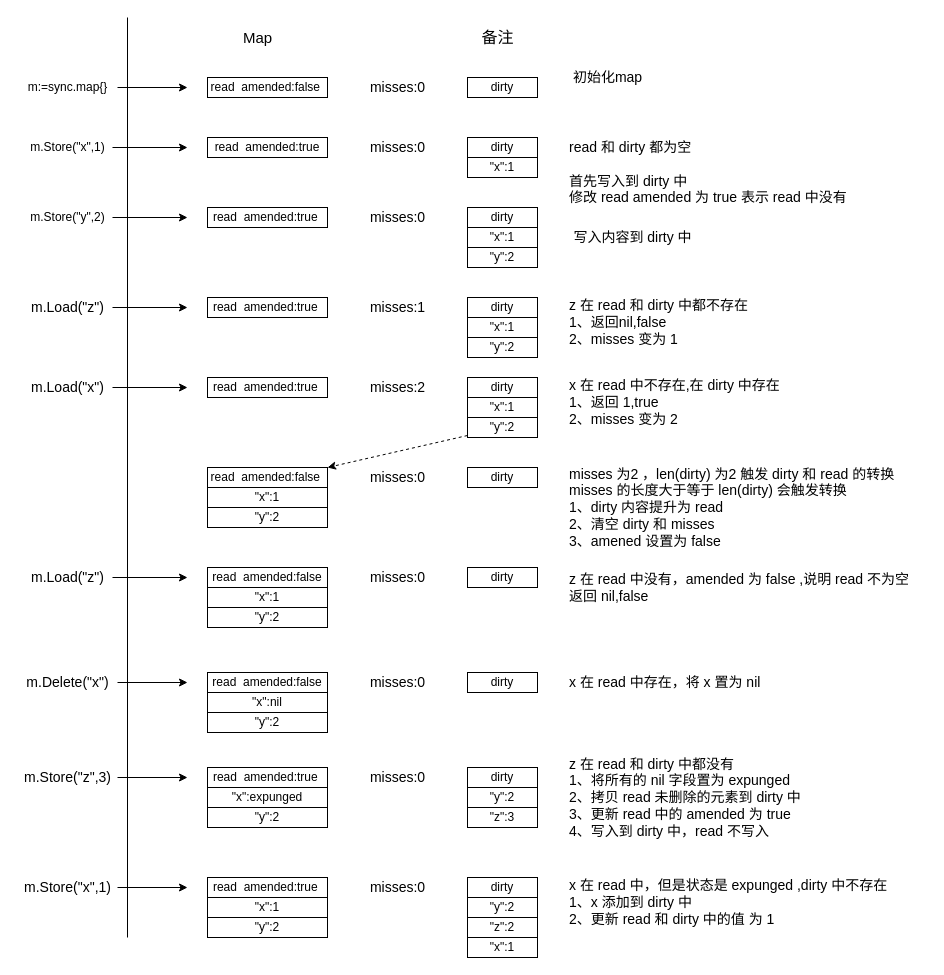
The draw.io diagram golang/golang.drawio in boilingfrog/Go-POINT, before the edit. Source tidied: cells renumbered, new cells numbered last; positions are measured from the earlier drawing's top-left corner, leaving out a move shared by most shapes. Both pictures are drawn from the tidied source at 100%, with x=0, y=0 at pixel (17, 17).
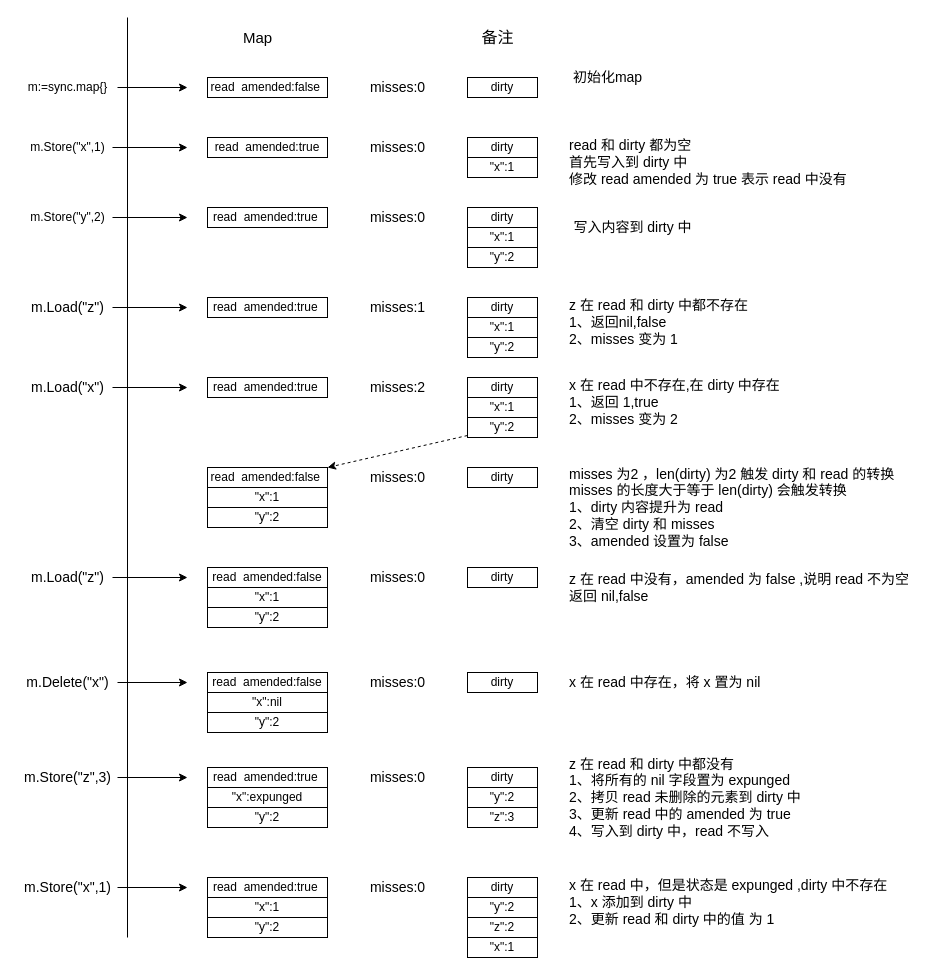
The same page after the edit.

Commit message (it also covers changes not shown here):
feat:go 中的 sync.Map 源码学习

Diff of the diagram source:
```diff
@@
-    <mxCell id="21" value="&lt;font style=&quot;font-size: 14px&quot;&gt;read 和 dirty 都为空&lt;br&gt;&lt;br&gt;首先写入到 dirty 中&lt;br&gt;修改 read amended 为 true 表示 read 中没有&lt;/font&gt;" style="text;html=1;align=left;verticalAlign=middle;strokeColor=none;fillColor=none;fontSize=12;" parent="1" vertex="1">
-      <mxGeometry x="550" y="120" width="290" height="70" as="geometry" />
+    <mxCell id="21" value="&lt;font style=&quot;font-size: 14px&quot;&gt;read 和 dirty 都为空&lt;br&gt;首先写入到 dirty 中&lt;br&gt;修改 read amended 为 true 表示 read 中没有&lt;/font&gt;" style="text;html=1;align=left;verticalAlign=middle;strokeColor=none;fillColor=none;fontSize=12;" parent="1" vertex="1">
+      <mxGeometry x="550" y="120" width="290" height="50" as="geometry" />
     </mxCell>
@@
     <mxCell id="25" value="&lt;font style=&quot;font-size: 14px&quot;&gt;写入内容到 dirty 中&lt;/font&gt;" style="text;html=1;align=center;verticalAlign=middle;strokeColor=none;fillColor=none;fontSize=12;" parent="1" vertex="1">
-      <mxGeometry x="550" y="210" width="130" height="20" as="geometry" />
+      <mxGeometry x="550" y="200" width="130" height="20" as="geometry" />
     </mxCell>
@@
-    <mxCell id="46" value="&lt;font style=&quot;font-size: 14px&quot;&gt;misses 为2 ，len(dirty) 为2 触发 dirty 和 read 的转换&lt;br&gt;misses 的长度大于等于 len(dirty) 会触发转换&lt;br&gt;1、dirty 内容提升为 read&lt;br&gt;2、清空 dirty 和 misses&amp;nbsp;&lt;br&gt;3、amened 设置为 false&lt;/font&gt;" style="text;html=1;align=left;verticalAlign=middle;strokeColor=none;fillColor=none;fontSize=12;" parent="1" vertex="1">
+    <mxCell id="46" value="&lt;font style=&quot;font-size: 14px&quot;&gt;misses 为2 ，len(dirty) 为2 触发 dirty 和 read 的转换&lt;br&gt;misses 的长度大于等于 len(dirty) 会触发转换&lt;br&gt;1、dirty 内容提升为 read&lt;br&gt;2、清空 dirty 和 misses&amp;nbsp;&lt;br&gt;3、amended 设置为 false&lt;/font&gt;" style="text;html=1;align=left;verticalAlign=middle;strokeColor=none;fillColor=none;fontSize=12;" parent="1" vertex="1">
       <mxGeometry x="550" y="450" width="340" height="80" as="geometry" />
     </mxCell>
```
